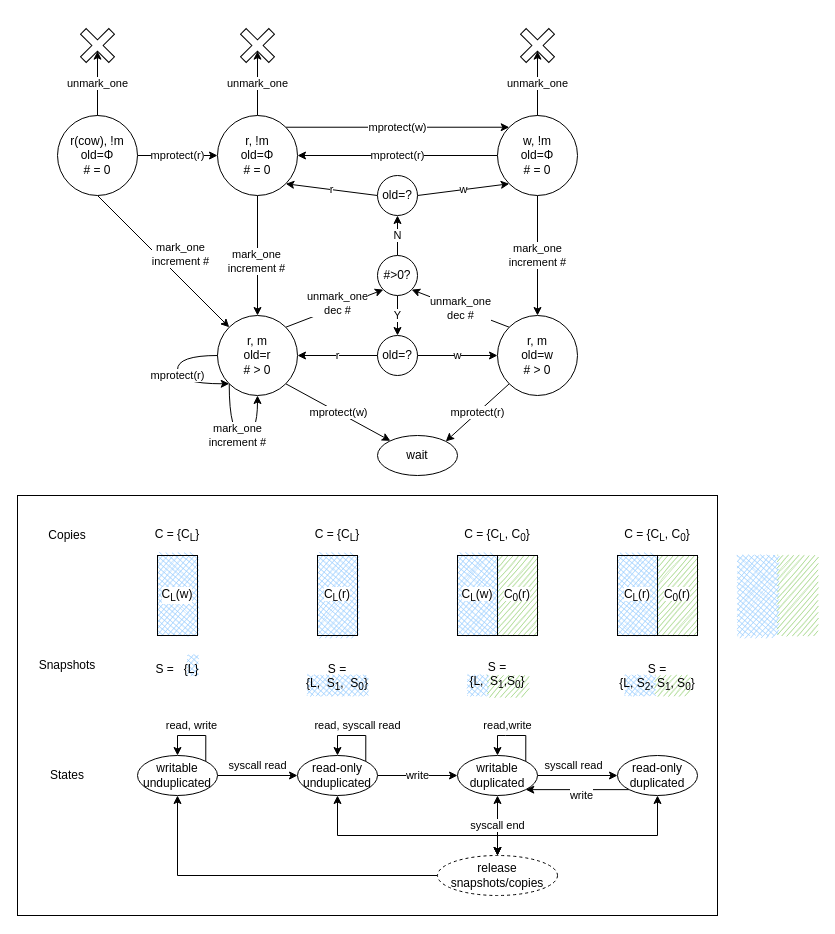
Above: tiktok.drawio in atrib/midas-paper (draw.io), before the change. Source tidied: cells renumbered, new cells numbered last; positions are measured from the earlier drawing's top-left corner, leaving out a move shared by most shapes. Both pictures are drawn from the tidied source at 100%, with x=0, y=0 at pixel (17, 25).
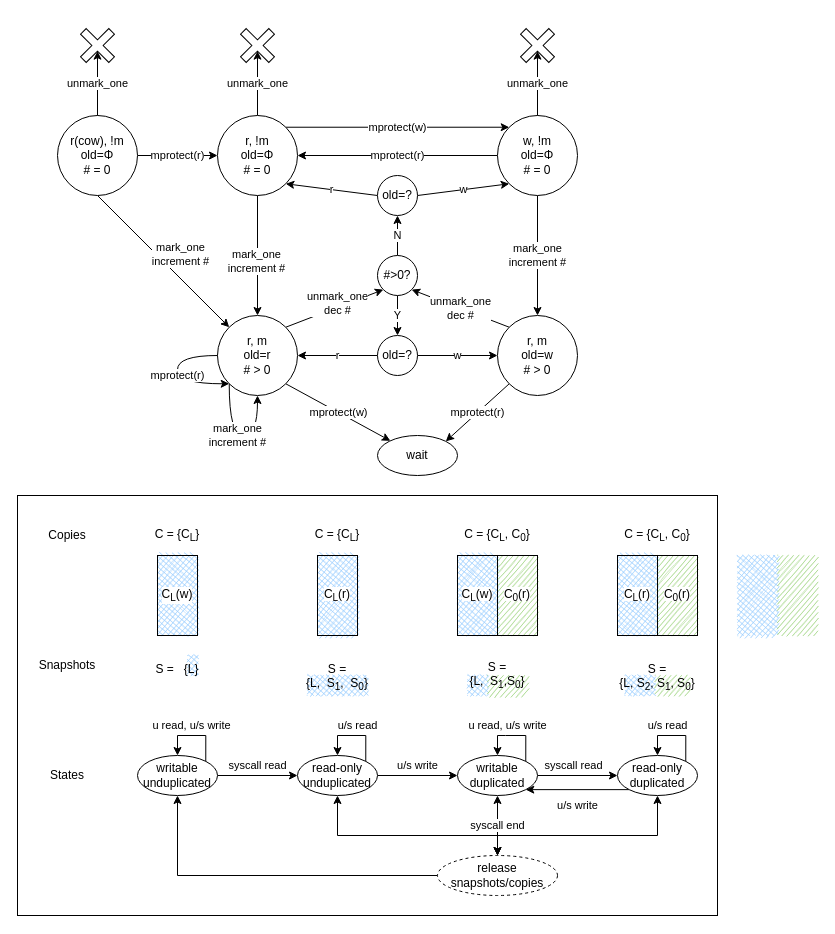
The same diagram, later.

The change refers to these unchanged cells:
```xml
<mxCell id="53" value="&lt;div&gt;writable&lt;/div&gt;&lt;div&gt;unduplicated&lt;br&gt;&lt;/div&gt;" style="ellipse;whiteSpace=wrap;html=1;" parent="1" vertex="1">
  <mxGeometry x="120" y="730" width="80" height="40" as="geometry" />
</mxCell>
<mxCell id="56" value="read-only&lt;br&gt;&lt;div&gt;unduplicated&lt;br&gt;&lt;/div&gt;" style="ellipse;whiteSpace=wrap;html=1;" parent="1" vertex="1">
  <mxGeometry x="280" y="730" width="80" height="40" as="geometry" />
</mxCell>
<mxCell id="59" value="writable&lt;br&gt;&lt;div&gt;duplicated&lt;br&gt;&lt;/div&gt;" style="ellipse;whiteSpace=wrap;html=1;" parent="1" vertex="1">
  <mxGeometry x="440" y="730" width="80" height="40" as="geometry" />
</mxCell>
<mxCell id="62" value="read-only&lt;br&gt;&lt;div&gt;duplicated&lt;br&gt;&lt;/div&gt;" style="ellipse;whiteSpace=wrap;html=1;" parent="1" vertex="1">
  <mxGeometry x="600" y="730" width="80" height="40" as="geometry" />
</mxCell>
```

Change to the diagram source:
```diff
@@
-    <mxCell id="54" value="write" style="edgeStyle=orthogonalEdgeStyle;rounded=0;jettySize=auto;html=1;exitX=1;exitY=0.5;exitDx=0;exitDy=0;entryX=0;entryY=0.5;entryDx=0;entryDy=0;" parent="1" edge="1" source="56" target="59">
-      <mxGeometry relative="1" as="geometry" />
+    <mxCell id="54" value="u/s write" style="edgeStyle=orthogonalEdgeStyle;rounded=0;jettySize=auto;html=1;exitX=1;exitY=0.5;exitDx=0;exitDy=0;entryX=0;entryY=0.5;entryDx=0;entryDy=0;" parent="1" edge="1" source="56" target="59">
+      <mxGeometry y="10" relative="1" as="geometry" />
     </mxCell>
@@
-    <mxCell id="60" value="write" style="edgeStyle=orthogonalEdgeStyle;rounded=0;jettySize=auto;html=1;exitX=0;exitY=1;exitDx=0;exitDy=0;entryX=1;entryY=1;entryDx=0;entryDy=0;" parent="1" edge="1" source="62" target="59">
-      <mxGeometry x="-0.07" y="6" relative="1" as="geometry" />
+    <mxCell id="60" value="&lt;div&gt;u/s write&lt;/div&gt;" style="edgeStyle=orthogonalEdgeStyle;rounded=0;jettySize=auto;html=1;exitX=0;exitY=1;exitDx=0;exitDy=0;entryX=1;entryY=1;entryDx=0;entryDy=0;" parent="1" edge="1" source="62" target="59">
+      <mxGeometry y="16" relative="1" as="geometry" />
     </mxCell>
@@
-    <mxCell id="63" value="read, write" style="edgeStyle=orthogonalEdgeStyle;rounded=0;orthogonalLoop=1;jettySize=auto;html=1;exitX=1;exitY=0;exitDx=0;exitDy=0;entryX=0.5;entryY=0;entryDx=0;entryDy=0;" parent="1" edge="1" source="53" target="53">
+    <mxCell id="63" value="u read, u/s write" style="edgeStyle=orthogonalEdgeStyle;rounded=0;orthogonalLoop=1;jettySize=auto;html=1;exitX=1;exitY=0;exitDx=0;exitDy=0;entryX=0.5;entryY=0;entryDx=0;entryDy=0;" parent="1" edge="1" source="53" target="53">
       <mxGeometry x="0.08" y="-10" relative="1" as="geometry">
         <Array as="points">
           <mxPoint x="188" y="710" />
           <mxPoint x="160" y="710" />
         </Array>
       </mxGeometry>
     </mxCell>
-    <mxCell id="64" value="read, syscall read" style="edgeStyle=orthogonalEdgeStyle;rounded=0;orthogonalLoop=1;jettySize=auto;html=1;exitX=1;exitY=0;exitDx=0;exitDy=0;entryX=0.5;entryY=0;entryDx=0;entryDy=0;" parent="1" edge="1" source="56" target="56">
+    <mxCell id="64" value="u/s read" style="edgeStyle=orthogonalEdgeStyle;rounded=0;orthogonalLoop=1;jettySize=auto;html=1;exitX=1;exitY=0;exitDx=0;exitDy=0;entryX=0.5;entryY=0;entryDx=0;entryDy=0;" parent="1" edge="1" source="56" target="56">
       <mxGeometry x="-0.08" y="-10" relative="1" as="geometry">
         <Array as="points">
           <mxPoint x="348" y="710" />
           <mxPoint x="320" y="710" />
         </Array>
       </mxGeometry>
     </mxCell>
-    <mxCell id="65" value="read,write" style="edgeStyle=orthogonalEdgeStyle;rounded=0;orthogonalLoop=1;jettySize=auto;html=1;exitX=1;exitY=0;exitDx=0;exitDy=0;entryX=0.5;entryY=0;entryDx=0;entryDy=0;" parent="1" edge="1" source="59" target="59">
+    <mxCell id="65" value="u read, u/s write" style="edgeStyle=orthogonalEdgeStyle;rounded=0;orthogonalLoop=1;jettySize=auto;html=1;exitX=1;exitY=0;exitDx=0;exitDy=0;entryX=0.5;entryY=0;entryDx=0;entryDy=0;" parent="1" edge="1" source="59" target="59">
       <mxGeometry x="0.19" y="-10" relative="1" as="geometry">
         <Array as="points">
           <mxPoint x="488" y="710" />
           <mxPoint x="460" y="710" />
         </Array>
       </mxGeometry>
     </mxCell>
@@
+    <mxCell id="86" value="u/s read" style="edgeStyle=orthogonalEdgeStyle;rounded=0;orthogonalLoop=1;jettySize=auto;html=1;exitX=1;exitY=0;exitDx=0;exitDy=0;entryX=0.5;entryY=0;entryDx=0;entryDy=0;" parent="1" edge="1" source="62" target="62">
+      <mxGeometry x="0.19" y="-10" relative="1" as="geometry">
+        <Array as="points">
+          <mxPoint x="668" y="710" />
+          <mxPoint x="640" y="710" />
+        </Array>
+      </mxGeometry>
+    </mxCell>
```
